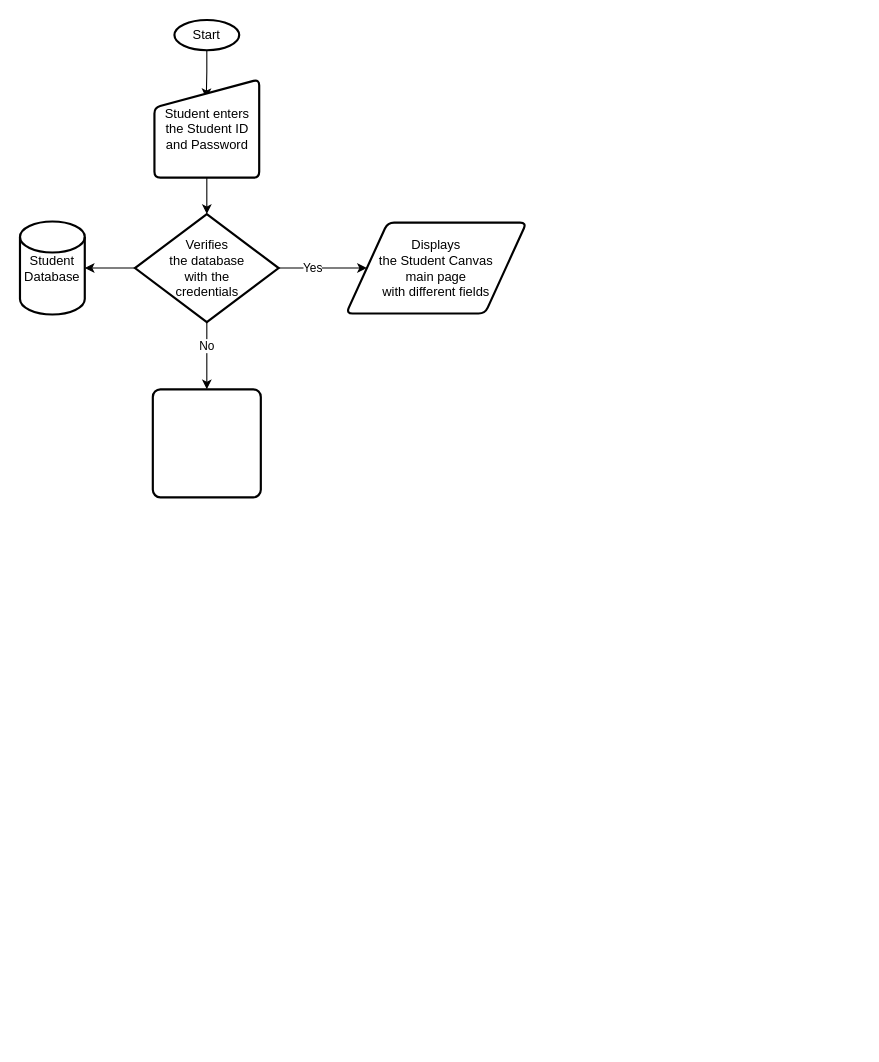
Above: Untitled Diagram.drawio in OmkarAvinash-Durgasi/personal-website (draw.io), before the change. Source tidied: cells renumbered, new cells numbered last; positions are measured from the earlier drawing's top-left corner, leaving out a move shared by most shapes. Both pictures are drawn from the tidied source at 108%, with x=0, y=0 at pixel (19, 19).
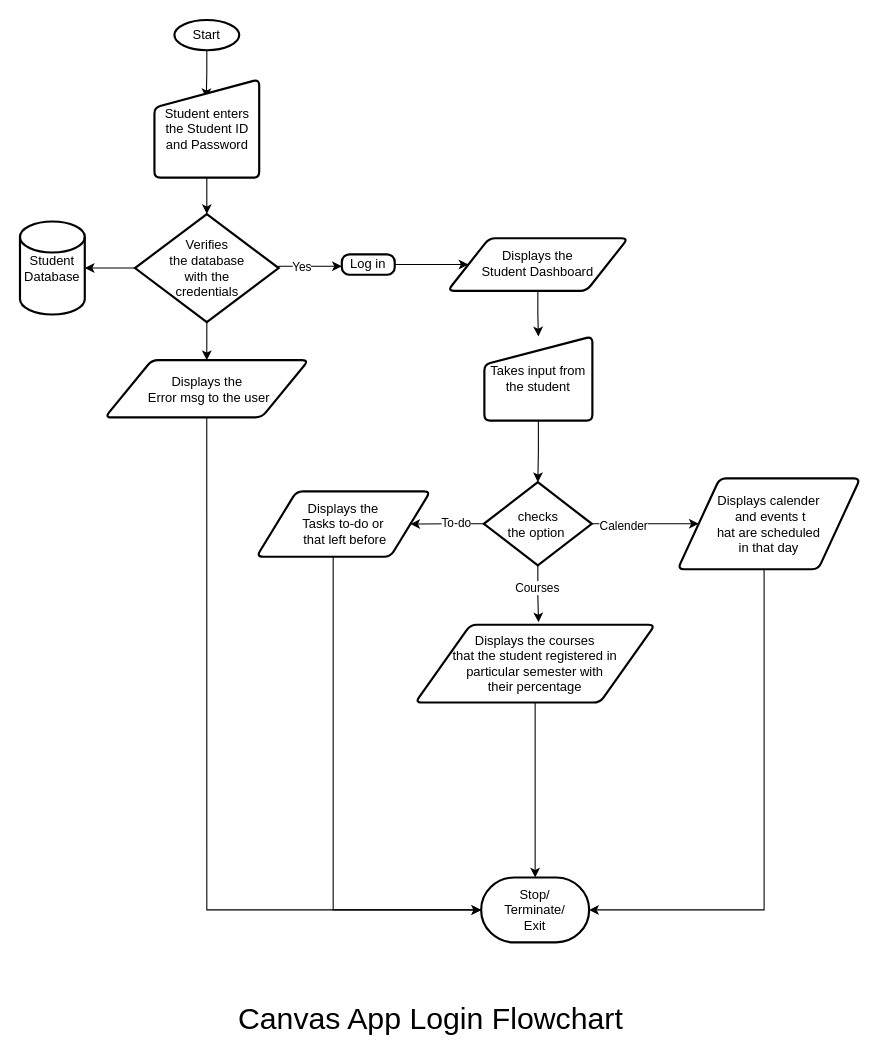
Above is the later version.

Unchanged cells that the change refers to:
```xml
<mxCell id="11" value="Verifies &lt;br&gt;the database &lt;br&gt;with the &lt;br&gt;credentials" style="strokeWidth=2;html=1;shape=mxgraph.flowchart.decision;whiteSpace=wrap;" parent="1" vertex="1">
  <mxGeometry x="106.5" y="179.7" width="133" height="100" as="geometry" />
</mxCell>
```

Change to the diagram source:
```diff
@@
-    <mxCell id="7" style="edgeStyle=orthogonalEdgeStyle;rounded=0;jettySize=auto;html=1;exitX=1;exitY=0.5;exitDx=0;exitDy=0;exitPerimeter=0;" parent="1" edge="1" source="11" target="13">
-      <mxGeometry relative="1" as="geometry" />
+    <mxCell id="7" style="edgeStyle=orthogonalEdgeStyle;rounded=0;jettySize=auto;html=1;exitX=1;exitY=0.5;exitDx=0;exitDy=0;exitPerimeter=0;" parent="1" edge="1" source="11" target="21">
+      <mxGeometry relative="1" as="geometry">
+        <Array as="points">
+          <mxPoint x="240" y="228" />
+        </Array>
+      </mxGeometry>
     </mxCell>
@@
-    <mxCell id="9" style="edgeStyle=orthogonalEdgeStyle;rounded=0;jettySize=auto;html=1;" parent="1" edge="1" source="11" target="14">
-      <mxGeometry relative="1" as="geometry" />
-    </mxCell>
-    <mxCell id="10" value="No" style="edgeLabel;html=1;align=center;verticalAlign=middle;" parent="9" vertex="1">
-      <mxGeometry x="-0.29" relative="1" as="geometry">
-        <mxPoint x="-1" as="offset" />
-      </mxGeometry>
-    </mxCell>
+    <mxCell id="15" style="edgeStyle=orthogonalEdgeStyle;rounded=0;jettySize=auto;html=1;entryX=0.5;entryY=0;entryDx=0;entryDy=0;" parent="1" edge="1" source="11" target="18">
+      <mxGeometry relative="1" as="geometry" />
+    </mxCell>
@@
+    <mxCell id="16" style="edgeStyle=orthogonalEdgeStyle;rounded=0;jettySize=auto;html=1;entryX=0.5;entryY=0;entryDx=0;entryDy=0;" parent="1" edge="1" source="13" target="30">
+      <mxGeometry relative="1" as="geometry" />
+    </mxCell>
-    <mxCell id="13" value="Displays &lt;br&gt;the Student Canvas &lt;br&gt;main page &lt;br&gt;with different fields" style="shape=parallelogram;html=1;strokeWidth=2;perimeter=parallelogramPerimeter;whiteSpace=wrap;rounded=1;arcSize=12;size=0.23;" parent="1" vertex="1">
-      <mxGeometry x="302" y="187.6" width="167" height="84.2" as="geometry" />
+    <mxCell id="13" value="Displays the &lt;br&gt;Student Dashboard" style="shape=parallelogram;html=1;strokeWidth=2;perimeter=parallelogramPerimeter;whiteSpace=wrap;rounded=1;arcSize=12;size=0.23;" parent="1" vertex="1">
+      <mxGeometry x="396" y="202.1" width="167" height="48.7" as="geometry" />
     </mxCell>
-    <mxCell id="14" style="rounded=1;whiteSpace=wrap;html=1;absoluteArcSize=1;arcSize=14;strokeWidth=2;" parent="1" vertex="1">
-      <mxGeometry x="123" y="342" width="100" height="100" as="geometry" />
-    </mxCell>
+    <mxCell id="17" style="edgeStyle=orthogonalEdgeStyle;rounded=0;jettySize=auto;html=1;exitX=0.5;exitY=1;exitDx=0;exitDy=0;" parent="1" edge="1" source="18" target="19">
+      <mxGeometry relative="1" as="geometry">
+        <Array as="points">
+          <mxPoint x="173" y="824" />
+        </Array>
+      </mxGeometry>
+    </mxCell>
+    <mxCell id="18" value="Displays the&lt;br&gt;&amp;nbsp;Error msg to the user" style="shape=parallelogram;html=1;strokeWidth=2;perimeter=parallelogramPerimeter;whiteSpace=wrap;rounded=1;arcSize=12;size=0.23;" parent="1" vertex="1">
+      <mxGeometry x="78.7" y="315" width="188.5" height="53" as="geometry" />
+    </mxCell>
+    <mxCell id="19" value="Stop/&lt;br&gt;Terminate/&lt;br&gt;Exit" style="strokeWidth=2;html=1;shape=mxgraph.flowchart.terminator;whiteSpace=wrap;" parent="1" vertex="1">
+      <mxGeometry x="427" y="794" width="100" height="60" as="geometry" />
+    </mxCell>
+    <mxCell id="20" style="edgeStyle=orthogonalEdgeStyle;rounded=0;jettySize=auto;html=1;" parent="1" edge="1" source="21" target="13">
+      <mxGeometry relative="1" as="geometry" />
+    </mxCell>
+    <mxCell id="21" value="Log in" style="rounded=1;whiteSpace=wrap;html=1;absoluteArcSize=1;arcSize=14;strokeWidth=2;" parent="1" vertex="1">
+      <mxGeometry x="298" y="217" width="49" height="18.9" as="geometry" />
+    </mxCell>
+    <mxCell id="22" style="edgeStyle=orthogonalEdgeStyle;rounded=0;jettySize=auto;html=1;" parent="1" edge="1" source="28" target="34">
+      <mxGeometry relative="1" as="geometry">
+        <Array as="points">
+          <mxPoint x="558" y="467" />
+          <mxPoint x="558" y="467" />
+        </Array>
+      </mxGeometry>
+    </mxCell>
+    <mxCell id="23" value="Calender" style="edgeLabel;html=1;align=center;verticalAlign=middle;" parent="22" vertex="1">
+      <mxGeometry x="-0.41" y="-2" relative="1" as="geometry" />
+    </mxCell>
+    <mxCell id="24" style="edgeStyle=orthogonalEdgeStyle;rounded=0;jettySize=auto;html=1;" parent="1" edge="1" source="28" target="32">
+      <mxGeometry relative="1" as="geometry" />
+    </mxCell>
+    <mxCell id="25" value="To-do" style="edgeLabel;html=1;align=center;verticalAlign=middle;" parent="24" vertex="1">
+      <mxGeometry x="-0.25" y="-1" relative="1" as="geometry" />
+    </mxCell>
+    <mxCell id="26" style="edgeStyle=orthogonalEdgeStyle;rounded=0;jettySize=auto;html=1;entryX=0.486;entryY=1.032;entryDx=0;entryDy=0;entryPerimeter=0;" parent="1" edge="1" source="28" target="36">
+      <mxGeometry relative="1" as="geometry" />
+    </mxCell>
+    <mxCell id="27" value="Courses" style="edgeLabel;html=1;align=center;verticalAlign=middle;" parent="26" vertex="1">
+      <mxGeometry x="-0.25" y="-1" relative="1" as="geometry" />
+    </mxCell>
+    <mxCell id="28" value="checks &lt;br&gt;the option&amp;nbsp;" style="strokeWidth=2;html=1;shape=mxgraph.flowchart.decision;whiteSpace=wrap;" parent="1" vertex="1">
+      <mxGeometry x="429.5" y="428" width="100" height="77" as="geometry" />
+    </mxCell>
+    <mxCell id="29" style="edgeStyle=orthogonalEdgeStyle;rounded=0;jettySize=auto;html=1;entryX=0.5;entryY=0;entryDx=0;entryDy=0;entryPerimeter=0;" parent="1" edge="1" source="30" target="28">
+      <mxGeometry relative="1" as="geometry" />
+    </mxCell>
+    <mxCell id="30" value="Takes input from the student" style="html=1;strokeWidth=2;shape=manualInput;whiteSpace=wrap;rounded=1;size=26;arcSize=11;" parent="1" vertex="1">
+      <mxGeometry x="430" y="293" width="100" height="78" as="geometry" />
+    </mxCell>
+    <mxCell id="31" style="edgeStyle=orthogonalEdgeStyle;rounded=0;jettySize=auto;html=1;entryX=0;entryY=0.5;entryDx=0;entryDy=0;entryPerimeter=0;" parent="1" edge="1" source="32" target="19">
+      <mxGeometry relative="1" as="geometry">
+        <Array as="points">
+          <mxPoint x="290" y="824" />
+        </Array>
+      </mxGeometry>
+    </mxCell>
+    <mxCell id="32" value="Displays the&lt;br&gt;Tasks to-do or&lt;br&gt;&amp;nbsp;that left before" style="shape=parallelogram;html=1;strokeWidth=2;perimeter=parallelogramPerimeter;whiteSpace=wrap;rounded=1;arcSize=12;size=0.23;" parent="1" vertex="1">
+      <mxGeometry x="219" y="436.5" width="161" height="60.5" as="geometry" />
+    </mxCell>
+    <mxCell id="33" style="edgeStyle=orthogonalEdgeStyle;rounded=0;jettySize=auto;html=1;entryX=1;entryY=0.5;entryDx=0;entryDy=0;entryPerimeter=0;" parent="1" edge="1" source="34" target="19">
+      <mxGeometry relative="1" as="geometry">
+        <Array as="points">
+          <mxPoint x="689" y="824" />
+        </Array>
+      </mxGeometry>
+    </mxCell>
+    <mxCell id="34" value="Displays calender&lt;br&gt;&amp;nbsp;and events t&lt;br&gt;hat are scheduled &lt;br&gt;in that day" style="shape=parallelogram;html=1;strokeWidth=2;perimeter=parallelogramPerimeter;whiteSpace=wrap;rounded=1;arcSize=12;size=0.23;" parent="1" vertex="1">
+      <mxGeometry x="609" y="424.4" width="169" height="84.2" as="geometry" />
+    </mxCell>
+    <mxCell id="35" style="edgeStyle=orthogonalEdgeStyle;rounded=0;jettySize=auto;html=1;entryX=0.5;entryY=0;entryDx=0;entryDy=0;entryPerimeter=0;" parent="1" edge="1" source="36" target="19">
+      <mxGeometry relative="1" as="geometry" />
+    </mxCell>
+    <mxCell id="36" value="Displays the courses &lt;br&gt;that the student registered in &lt;br&gt;particular semester with &lt;br&gt;their percentage" style="shape=parallelogram;html=1;strokeWidth=2;perimeter=parallelogramPerimeter;whiteSpace=wrap;rounded=1;arcSize=12;size=0.23;direction=west;" parent="1" vertex="1">
+      <mxGeometry x="366" y="560" width="222" height="72" as="geometry" />
+    </mxCell>
+    <mxCell id="37" value="&lt;font style=&quot;font-size: 28px;&quot;&gt;Canvas App Login Flowchart&lt;/font&gt;" style="text;html=1;align=center;verticalAlign=middle;strokeColor=none;fillColor=none;" parent="1" vertex="1">
+      <mxGeometry x="193" y="902" width="374" height="46" as="geometry" />
+    </mxCell>
```
